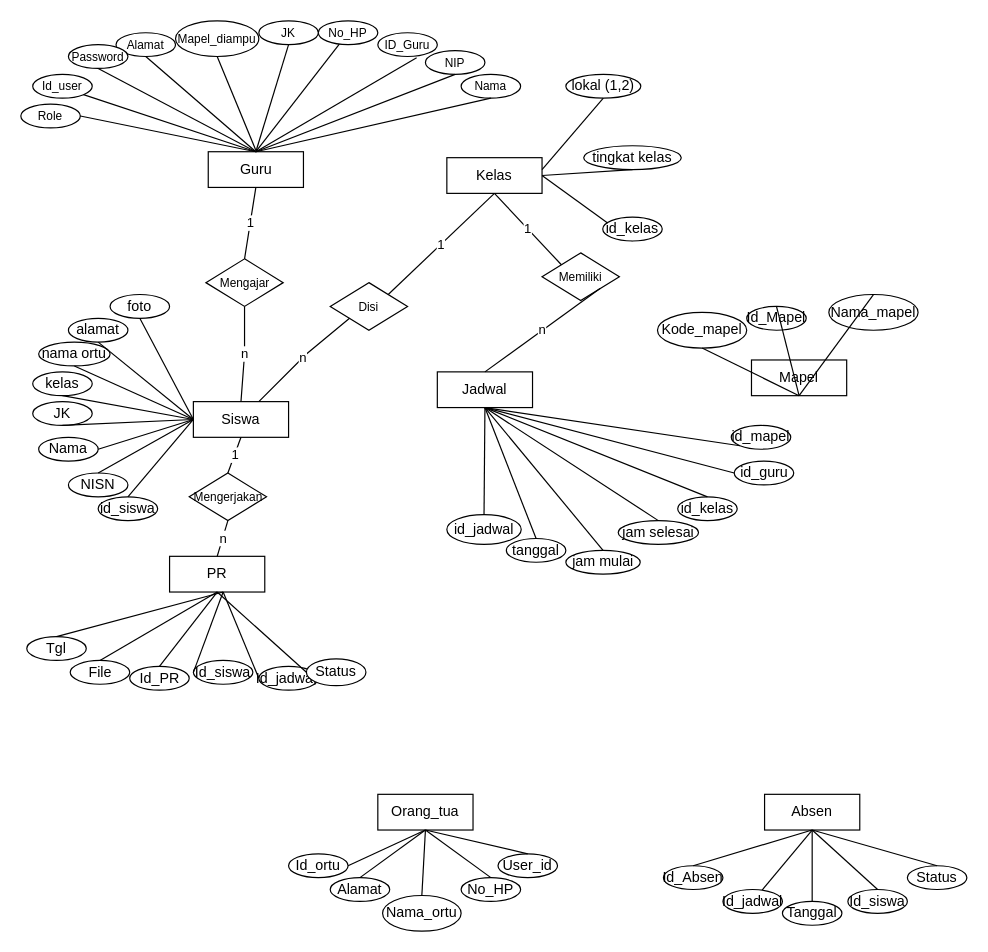
The draw.io diagram page "erd" (1 of 2) of Diagram Tanpa Judul.drawio in bayudani/diagram, before the edit. Source tidied: cells renumbered, new cells numbered last; positions are measured from the earlier drawing's top-left corner, leaving out a move shared by most shapes. Both pictures are drawn from the tidied source at 119%, with x=0, y=0 at pixel (20, 20).
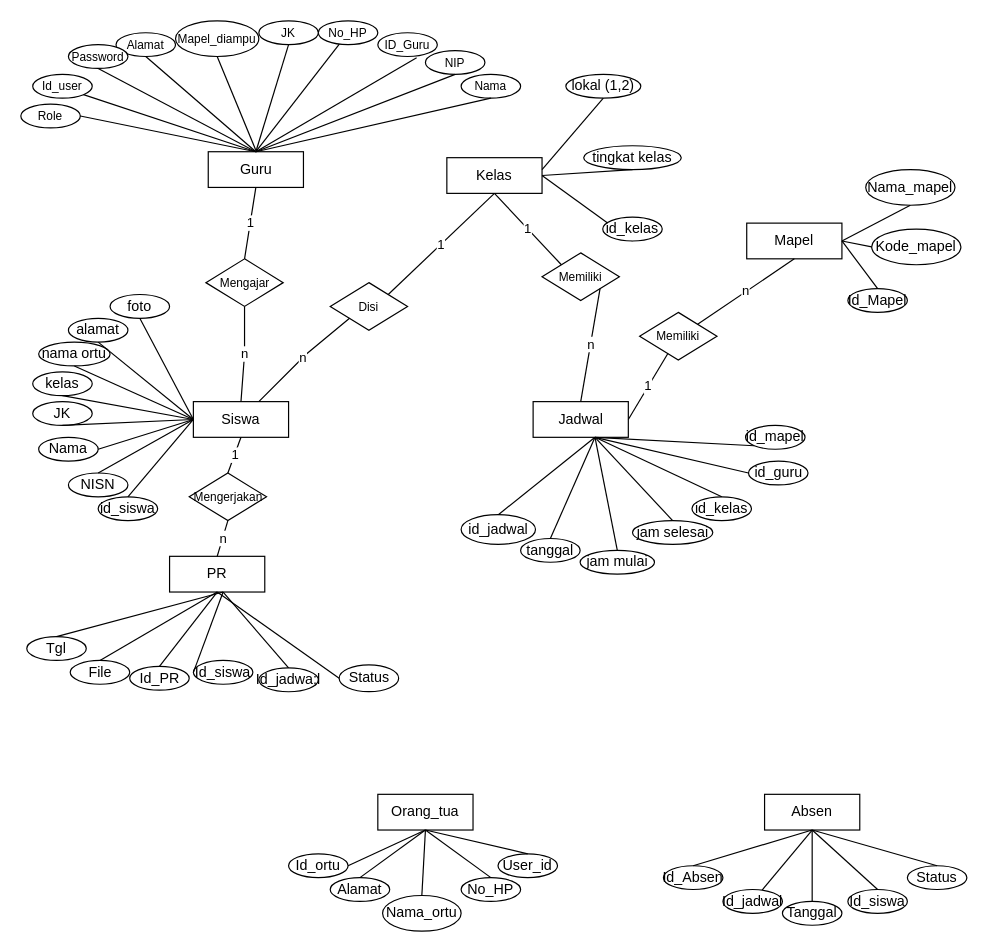
The same diagram, later.

Change to the diagram source:
```diff
@@
     <mxCell id="5" value="Jadwal" style="rounded=0;whiteSpace=wrap;html=1;" parent="1" vertex="1">
-      <mxGeometry x="350" y="295" width="80" height="30" as="geometry" />
+      <mxGeometry x="430.5" y="320" width="80" height="30" as="geometry" />
     </mxCell>
@@
     <mxCell id="7" value="Mapel" style="rounded=0;whiteSpace=wrap;html=1;" parent="1" vertex="1">
-      <mxGeometry x="614" y="285" width="80" height="30" as="geometry" />
+      <mxGeometry x="610" y="170" width="80" height="30" as="geometry" />
     </mxCell>
@@
     <mxCell id="47" value="Id_Mapel" style="ellipse;whiteSpace=wrap;html=1;" parent="1" vertex="1">
-      <mxGeometry x="610" y="240" width="50" height="20" as="geometry" />
+      <mxGeometry x="695" y="225" width="50" height="20" as="geometry" />
     </mxCell>
@@
     <mxCell id="49" value="Nama_mapel" style="ellipse;whiteSpace=wrap;html=1;" parent="1" vertex="1">
-      <mxGeometry x="679" y="230" width="75" height="30" as="geometry" />
+      <mxGeometry x="710" y="125" width="75" height="30" as="geometry" />
     </mxCell>
@@
     <mxCell id="51" value="Kode_mapel" style="ellipse;whiteSpace=wrap;html=1;" parent="1" vertex="1">
-      <mxGeometry x="535" y="245" width="75" height="30" as="geometry" />
+      <mxGeometry x="715" y="175" width="75" height="30" as="geometry" />
     </mxCell>
@@
-    <mxCell id="53" style="endArrow=none;html=1;rounded=0;entryX=0.5;entryY=1;entryDx=0;entryDy=0;exitX=0.5;exitY=1;exitDx=0;exitDy=0;" parent="1" edge="1" source="51" target="7">
+    <mxCell id="53" style="endArrow=none;html=1;rounded=0;entryX=1;entryY=0.5;entryDx=0;entryDy=0;exitX=0;exitY=0.5;exitDx=0;exitDy=0;" parent="1" edge="1" source="51" target="7">
       <mxGeometry relative="1" as="geometry" />
     </mxCell>
@@
-    <mxCell id="55" style="endArrow=none;html=1;rounded=0;exitX=0.5;exitY=0;exitDx=0;exitDy=0;entryX=0.5;entryY=1;entryDx=0;entryDy=0;" parent="1" edge="1" source="47" target="7">
+    <mxCell id="55" style="endArrow=none;html=1;rounded=0;exitX=0.5;exitY=0;exitDx=0;exitDy=0;entryX=1;entryY=0.5;entryDx=0;entryDy=0;" parent="1" edge="1" source="47" target="7">
       <mxGeometry relative="1" as="geometry" />
     </mxCell>
@@
-    <mxCell id="57" style="endArrow=none;html=1;rounded=0;exitX=0.5;exitY=0;exitDx=0;exitDy=0;entryX=0.5;entryY=1;entryDx=0;entryDy=0;" parent="1" edge="1" source="49" target="7">
+    <mxCell id="57" style="endArrow=none;html=1;rounded=0;exitX=0.5;exitY=1;exitDx=0;exitDy=0;entryX=1;entryY=0.5;entryDx=0;entryDy=0;" parent="1" edge="1" source="49" target="7">
       <mxGeometry relative="1" as="geometry" />
     </mxCell>
@@
     <mxCell id="72" value="id_jadwal" style="ellipse;whiteSpace=wrap;html=1;" parent="1" vertex="1">
-      <mxGeometry x="358" y="415" width="62.5" height="25" as="geometry" />
+      <mxGeometry x="370" y="415" width="62.5" height="25" as="geometry" />
     </mxCell>
@@
     <mxCell id="74" value="jam selesai" style="ellipse;whiteSpace=wrap;html=1;" parent="1" vertex="1">
-      <mxGeometry x="502" y="420" width="67.5" height="20" as="geometry" />
+      <mxGeometry x="514" y="420" width="67.5" height="20" as="geometry" />
     </mxCell>
@@
     <mxCell id="76" value="tanggal" style="ellipse;whiteSpace=wrap;html=1;" parent="1" vertex="1">
-      <mxGeometry x="408" y="435" width="50" height="20" as="geometry" />
+      <mxGeometry x="420" y="435" width="50" height="20" as="geometry" />
     </mxCell>
@@
     <mxCell id="78" value="jam mulai" style="ellipse;whiteSpace=wrap;html=1;" parent="1" vertex="1">
-      <mxGeometry x="458" y="445" width="62.5" height="20" as="geometry" />
+      <mxGeometry x="470" y="445" width="62.5" height="20" as="geometry" />
     </mxCell>
@@
     <mxCell id="80" value="id_kelas" style="ellipse;whiteSpace=wrap;html=1;" parent="1" vertex="1">
-      <mxGeometry x="552" y="400" width="50" height="20" as="geometry" />
+      <mxGeometry x="564" y="400" width="50" height="20" as="geometry" />
     </mxCell>
@@
-    <mxCell id="82" style="endArrow=none;html=1;rounded=0;entryX=0.5;entryY=1;entryDx=0;entryDy=0;exitX=0.5;exitY=0;exitDx=0;exitDy=0;" parent="1" edge="1" source="72" target="5">
-      <mxGeometry relative="1" as="geometry" />
+    <mxCell id="82" style="endArrow=none;html=1;rounded=0;entryX=0.5;entryY=1;entryDx=0;entryDy=0;exitX=0.5;exitY=0;exitDx=0;exitDy=0;" parent="1" edge="1" source="72">
+      <mxGeometry relative="1" as="geometry">
+        <mxPoint x="482.5" y="350" as="targetPoint" />
+      </mxGeometry>
     </mxCell>
@@
-    <mxCell id="84" style="endArrow=none;html=1;rounded=0;entryX=0.5;entryY=1;entryDx=0;entryDy=0;exitX=0.5;exitY=0;exitDx=0;exitDy=0;" parent="1" edge="1" source="76" target="5">
-      <mxGeometry relative="1" as="geometry" />
+    <mxCell id="84" style="endArrow=none;html=1;rounded=0;entryX=0.5;entryY=1;entryDx=0;entryDy=0;exitX=0.5;exitY=0;exitDx=0;exitDy=0;" parent="1" edge="1" source="76">
+      <mxGeometry relative="1" as="geometry">
+        <mxPoint x="482.5" y="350" as="targetPoint" />
+      </mxGeometry>
     </mxCell>
@@
-    <mxCell id="86" style="endArrow=none;html=1;rounded=0;entryX=0.5;entryY=1;entryDx=0;entryDy=0;exitX=0.5;exitY=0;exitDx=0;exitDy=0;" parent="1" edge="1" source="78" target="5">
-      <mxGeometry relative="1" as="geometry" />
+    <mxCell id="86" style="endArrow=none;html=1;rounded=0;entryX=0.5;entryY=1;entryDx=0;entryDy=0;exitX=0.5;exitY=0;exitDx=0;exitDy=0;" parent="1" edge="1" source="78">
+      <mxGeometry relative="1" as="geometry">
+        <mxPoint x="482.5" y="350" as="targetPoint" />
+      </mxGeometry>
     </mxCell>
@@
-    <mxCell id="88" style="endArrow=none;html=1;rounded=0;entryX=0.5;entryY=1;entryDx=0;entryDy=0;exitX=0.5;exitY=0;exitDx=0;exitDy=0;" parent="1" edge="1" source="74" target="5">
-      <mxGeometry relative="1" as="geometry" />
+    <mxCell id="88" style="endArrow=none;html=1;rounded=0;entryX=0.5;entryY=1;entryDx=0;entryDy=0;exitX=0.5;exitY=0;exitDx=0;exitDy=0;" parent="1" edge="1" source="74">
+      <mxGeometry relative="1" as="geometry">
+        <mxPoint x="482.5" y="350" as="targetPoint" />
+      </mxGeometry>
     </mxCell>
@@
-    <mxCell id="90" style="endArrow=none;html=1;rounded=0;entryX=0.5;entryY=1;entryDx=0;entryDy=0;exitX=0.5;exitY=0;exitDx=0;exitDy=0;" parent="1" edge="1" source="80" target="5">
-      <mxGeometry relative="1" as="geometry" />
+    <mxCell id="90" style="endArrow=none;html=1;rounded=0;entryX=0.5;entryY=1;entryDx=0;entryDy=0;exitX=0.5;exitY=0;exitDx=0;exitDy=0;" parent="1" edge="1" source="80">
+      <mxGeometry relative="1" as="geometry">
+        <mxPoint x="482.5" y="350" as="targetPoint" />
+      </mxGeometry>
     </mxCell>
@@
-    <mxCell id="92" style="endArrow=none;html=1;rounded=0;exitX=0;exitY=0.5;exitDx=0;exitDy=0;entryX=0.5;entryY=1;entryDx=0;entryDy=0;" parent="1" edge="1" source="94" target="5">
-      <mxGeometry relative="1" as="geometry" />
+    <mxCell id="92" style="endArrow=none;html=1;rounded=0;exitX=0;exitY=0.5;exitDx=0;exitDy=0;entryX=0.5;entryY=1;entryDx=0;entryDy=0;" parent="1" edge="1" source="94">
+      <mxGeometry relative="1" as="geometry">
+        <mxPoint x="482.5" y="350" as="targetPoint" />
+      </mxGeometry>
     </mxCell>
     <mxCell id="93" value="id_mapel" style="ellipse;whiteSpace=wrap;html=1;" parent="1" vertex="1">
-      <mxGeometry x="597" y="340" width="50" height="20" as="geometry" />
+      <mxGeometry x="609" y="340" width="50" height="20" as="geometry" />
     </mxCell>
     <mxCell id="94" value="id_guru" style="ellipse;whiteSpace=wrap;html=1;" parent="1" vertex="1">
-      <mxGeometry x="599.5" y="370" width="50" height="20" as="geometry" />
+      <mxGeometry x="611.5" y="370" width="50" height="20" as="geometry" />
     </mxCell>
-    <mxCell id="95" style="endArrow=none;html=1;rounded=0;exitX=0;exitY=1;exitDx=0;exitDy=0;entryX=0.5;entryY=1;entryDx=0;entryDy=0;" parent="1" edge="1" source="93" target="5">
-      <mxGeometry relative="1" as="geometry" />
+    <mxCell id="95" style="endArrow=none;html=1;rounded=0;exitX=0;exitY=1;exitDx=0;exitDy=0;entryX=0.5;entryY=1;entryDx=0;entryDy=0;" parent="1" edge="1" source="93">
+      <mxGeometry relative="1" as="geometry">
+        <mxPoint x="482.5" y="350" as="targetPoint" />
+      </mxGeometry>
     </mxCell>
@@
     <mxCell id="97" value="Id_jadwa;l" style="ellipse;whiteSpace=wrap;html=1;" parent="1" vertex="1">
-      <mxGeometry x="200" y="542.5" width="50" height="20" as="geometry" />
+      <mxGeometry x="200" y="543.8" width="50" height="20" as="geometry" />
     </mxCell>
@@
-    <mxCell id="99" style="endArrow=none;html=1;rounded=0;exitX=0;exitY=0.5;exitDx=0;exitDy=0;" parent="1" edge="1" source="97">
+    <mxCell id="99" style="endArrow=none;html=1;rounded=0;exitX=0.5;exitY=0;exitDx=0;exitDy=0;" parent="1" edge="1" source="97">
       <mxGeometry relative="1" as="geometry">
         <mxPoint x="170" y="480" as="targetPoint" />
       </mxGeometry>
     </mxCell>
@@
     <mxCell id="102" value="Status" style="ellipse;whiteSpace=wrap;html=1;" parent="1" vertex="1">
-      <mxGeometry x="240" y="536.2" width="50" height="22.5" as="geometry" />
+      <mxGeometry x="267.5" y="541.2" width="50" height="22.5" as="geometry" />
     </mxCell>
@@
+    <mxCell id="116" value="Memiliki" style="rhombus;whiteSpace=wrap;html=1;fontSize=10;" parent="1" vertex="1">
+      <mxGeometry x="520" y="245" width="65" height="40" as="geometry" />
+    </mxCell>
+    <mxCell id="117" value="1" style="endArrow=none;html=1;rounded=0;entryX=1;entryY=0.5;entryDx=0;entryDy=0;" parent="1" edge="1" source="116" target="5">
+      <mxGeometry relative="1" as="geometry" />
+    </mxCell>
+    <mxCell id="118" value="n" style="endArrow=none;html=1;rounded=0;entryX=1;entryY=0;entryDx=0;entryDy=0;exitX=0.5;exitY=1;exitDx=0;exitDy=0;" parent="1" edge="1" source="7" target="116">
+      <mxGeometry relative="1" as="geometry" />
+    </mxCell>
```
